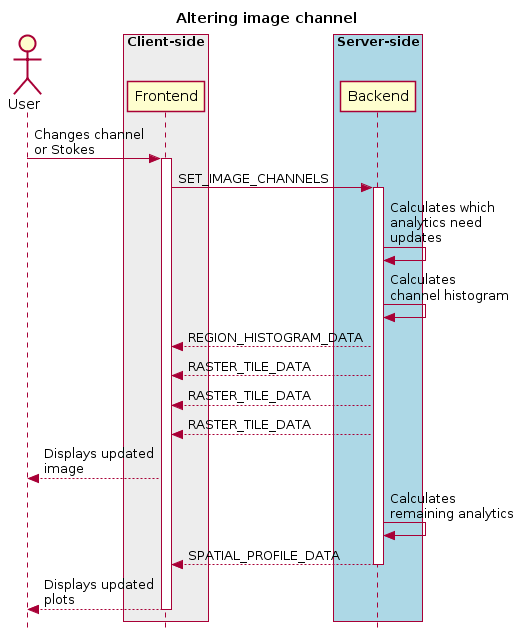
Above: docs/images/image14.png in CARTAvis/carta-protobuf (PlantUML), before the change.
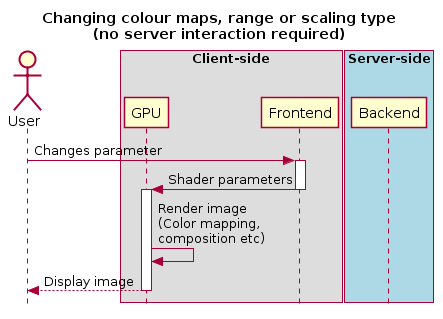
Above is the later version.

The edit, as a diff of the source:
```diff
@@ -1,30 +1,24 @@
 @startuml
 skinparam style strictuml
 hide footbox
-title Altering image channel
+title Changing colour maps, range or scaling type\n(no server interaction required)
 
 actor User
-box "Client-side" #EDEDED
+box "Client-side"
+        participant "GPU"
         participant Frontend
 end box
 
 box "Server-side" #lightblue
 	participant Backend
 end box
-User -> Frontend: Changes channel\nor Stokes
+
+User -> Frontend : Changes parameter
 activate Frontend
-Frontend -> Backend : SET_IMAGE_CHANNELS
-activate Backend
-Backend -> Backend: Calculates which\nanalytics need\nupdates
-Backend -> Backend: Calculates\nchannel histogram
-Frontend <-- Backend : REGION_HISTOGRAM_DATA
-Frontend <-- Backend : RASTER_TILE_DATA
-Frontend <-- Backend : RASTER_TILE_DATA
-Frontend <-- Backend : RASTER_TILE_DATA
-User <-- Frontend: Displays updated\nimage
-Backend -> Backend: Calculates\nremaining analytics
-Frontend <-- Backend : SPATIAL_PROFILE_DATA
-deactivate Backend
-User <-- Frontend: Displays updated\nplots
+Frontend -> GPU : Shader parameters
 deactivate Frontend
+activate GPU
+GPU -> GPU : Render image\n(Color mapping,\ncomposition etc)
+User <-- GPU : Display image
+deactivate GPU
 @enduml
```
